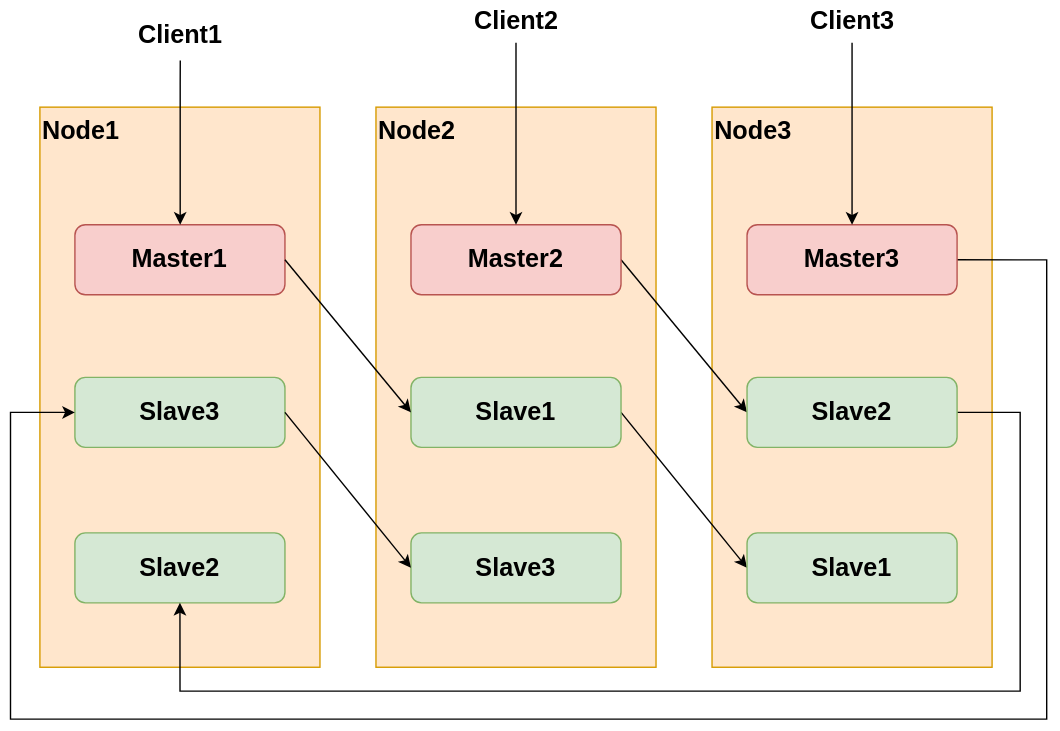
Above: Redis/Redis集群方案/RedisCluster集群结构.drawio.svg in Developer-Tang/notes (draw.io), before the change. Source tidied: cells renumbered, new cells last; positions are measured from the earlier drawing's top-left corner, leaving out a move shared by most shapes. Source of this version:
```xml
<mxGraphModel>
  <root>
    <mxCell id="0" />
    <mxCell id="1" parent="0" />
    <mxCell id="2" value="Node1" style="rounded=0;whiteSpace=wrap;html=1;fillColor=#ffe6cc;strokeColor=#d79b00;fontSize=18;fontStyle=1;verticalAlign=top;spacingBottom=10;align=left;" parent="1" vertex="1">
      <mxGeometry x="21" y="76" width="200" height="400" as="geometry" />
    </mxCell>
    <mxCell id="3" value="Master1" style="rounded=1;whiteSpace=wrap;html=1;fontSize=18;fontStyle=1;fillColor=#f8cecc;strokeColor=#b85450;" parent="1" vertex="1">
      <mxGeometry x="46" y="160" width="150" height="50" as="geometry" />
    </mxCell>
    <mxCell id="4" value="Slave3" style="rounded=1;whiteSpace=wrap;html=1;fontSize=18;fontStyle=1;fillColor=#d5e8d4;strokeColor=#82b366;" parent="1" vertex="1">
      <mxGeometry x="46" y="269" width="150" height="50" as="geometry" />
    </mxCell>
    <mxCell id="5" value="Slave2" style="rounded=1;whiteSpace=wrap;html=1;fontSize=18;fontStyle=1;fillColor=#d5e8d4;strokeColor=#82b366;" parent="1" vertex="1">
      <mxGeometry x="46" y="380" width="150" height="50" as="geometry" />
    </mxCell>
    <mxCell id="6" value="Node2" style="rounded=0;whiteSpace=wrap;html=1;fillColor=#ffe6cc;strokeColor=#d79b00;fontSize=18;fontStyle=1;verticalAlign=top;spacingBottom=10;align=left;" parent="1" vertex="1">
      <mxGeometry x="261" y="76" width="200" height="400" as="geometry" />
    </mxCell>
    <mxCell id="7" value="Node3" style="rounded=0;whiteSpace=wrap;html=1;fillColor=#ffe6cc;strokeColor=#d79b00;fontSize=18;fontStyle=1;verticalAlign=top;spacingBottom=10;align=left;" parent="1" vertex="1">
      <mxGeometry x="501" y="76" width="200" height="400" as="geometry" />
    </mxCell>
    <mxCell id="8" style="edgeStyle=none;rounded=0;jettySize=auto;html=1;exitX=1;exitY=0.5;exitDx=0;exitDy=0;entryX=0;entryY=0.5;entryDx=0;entryDy=0;fontSize=18;" parent="1" edge="1" source="9" target="16">
      <mxGeometry relative="1" as="geometry" />
    </mxCell>
    <mxCell id="9" value="Master2" style="rounded=1;whiteSpace=wrap;html=1;fontSize=18;fontStyle=1;fillColor=#f8cecc;strokeColor=#b85450;" parent="1" vertex="1">
      <mxGeometry x="286" y="160" width="150" height="50" as="geometry" />
    </mxCell>
    <mxCell id="10" style="edgeStyle=none;rounded=0;jettySize=auto;html=1;exitX=1;exitY=0.5;exitDx=0;exitDy=0;entryX=0;entryY=0.5;entryDx=0;entryDy=0;fontSize=18;" parent="1" edge="1" source="11" target="17">
      <mxGeometry relative="1" as="geometry" />
    </mxCell>
    <mxCell id="11" value="Slave1" style="rounded=1;whiteSpace=wrap;html=1;fontSize=18;fontStyle=1;fillColor=#d5e8d4;strokeColor=#82b366;" parent="1" vertex="1">
      <mxGeometry x="286" y="269" width="150" height="50" as="geometry" />
    </mxCell>
    <mxCell id="12" value="Slave3" style="rounded=1;whiteSpace=wrap;html=1;fontSize=18;fontStyle=1;fillColor=#d5e8d4;strokeColor=#82b366;" parent="1" vertex="1">
      <mxGeometry x="286" y="380" width="150" height="50" as="geometry" />
    </mxCell>
    <mxCell id="13" style="edgeStyle=orthogonalEdgeStyle;rounded=0;jettySize=auto;html=1;exitX=1;exitY=0.5;exitDx=0;exitDy=0;fontSize=18;entryX=0;entryY=0.5;entryDx=0;entryDy=0;" parent="1" edge="1" source="14" target="4">
      <mxGeometry relative="1" as="geometry">
        <Array as="points">
          <mxPoint x="740" y="185" />
          <mxPoint x="740" y="513" />
          <mxPoint y="513" />
          <mxPoint y="294" />
        </Array>
      </mxGeometry>
    </mxCell>
    <mxCell id="14" value="Master3" style="rounded=1;whiteSpace=wrap;html=1;fontSize=18;fontStyle=1;fillColor=#f8cecc;strokeColor=#b85450;" parent="1" vertex="1">
      <mxGeometry x="526" y="160" width="150" height="50" as="geometry" />
    </mxCell>
    <mxCell id="15" style="edgeStyle=orthogonalEdgeStyle;rounded=0;jettySize=auto;html=1;exitX=1;exitY=0.5;exitDx=0;exitDy=0;entryX=0.5;entryY=1;entryDx=0;entryDy=0;fontSize=18;" parent="1" edge="1" source="16" target="5">
      <mxGeometry relative="1" as="geometry">
        <Array as="points">
          <mxPoint x="721" y="294" />
          <mxPoint x="721" y="493" />
          <mxPoint x="121" y="493" />
        </Array>
      </mxGeometry>
    </mxCell>
    <mxCell id="16" value="Slave2" style="rounded=1;whiteSpace=wrap;html=1;fontSize=18;fontStyle=1;fillColor=#d5e8d4;strokeColor=#82b366;" parent="1" vertex="1">
      <mxGeometry x="526" y="269" width="150" height="50" as="geometry" />
    </mxCell>
    <mxCell id="17" value="Slave1" style="rounded=1;whiteSpace=wrap;html=1;fontSize=18;fontStyle=1;fillColor=#d5e8d4;strokeColor=#82b366;" parent="1" vertex="1">
      <mxGeometry x="526" y="380" width="150" height="50" as="geometry" />
    </mxCell>
    <mxCell id="18" style="rounded=0;jettySize=auto;html=1;exitX=1;exitY=0.5;exitDx=0;exitDy=0;entryX=0;entryY=0.5;entryDx=0;entryDy=0;fontSize=18;" parent="1" edge="1" source="3" target="11">
      <mxGeometry relative="1" as="geometry" />
    </mxCell>
    <mxCell id="19" style="edgeStyle=none;rounded=0;jettySize=auto;html=1;exitX=1;exitY=0.5;exitDx=0;exitDy=0;entryX=0;entryY=0.5;entryDx=0;entryDy=0;fontSize=18;" parent="1" edge="1" source="4" target="12">
      <mxGeometry relative="1" as="geometry" />
    </mxCell>
    <mxCell id="20" value="Client1" style="text;html=1;align=center;verticalAlign=middle;points=[];strokeColor=none;fillColor=none;fontSize=18;fontStyle=1;" parent="1" vertex="1">
      <mxGeometry x="81" y="10" width="80" height="30" as="geometry" />
    </mxCell>
    <mxCell id="21" style="edgeStyle=orthogonalEdgeStyle;rounded=0;jettySize=auto;html=1;fontSize=18;" parent="1" edge="1" source="22" target="9">
      <mxGeometry relative="1" as="geometry" />
    </mxCell>
    <mxCell id="22" value="Client2" style="text;html=1;align=center;verticalAlign=middle;points=[];strokeColor=none;fillColor=none;fontSize=18;fontStyle=1;" parent="1" vertex="1">
      <mxGeometry x="321" width="80" height="30" as="geometry" />
    </mxCell>
    <mxCell id="23" style="edgeStyle=orthogonalEdgeStyle;rounded=0;jettySize=auto;html=1;fontSize=18;" parent="1" edge="1" source="24" target="14">
      <mxGeometry relative="1" as="geometry" />
    </mxCell>
    <mxCell id="24" value="Client3" style="text;html=1;align=center;verticalAlign=middle;points=[];strokeColor=none;fillColor=none;fontSize=18;fontStyle=1;" parent="1" vertex="1">
      <mxGeometry x="561" width="80" height="30" as="geometry" />
    </mxCell>
    <mxCell id="25" style="edgeStyle=orthogonalEdgeStyle;rounded=0;jettySize=auto;html=1;fontSize=18;exitX=0.503;exitY=1.09;exitDx=0;exitDy=0;exitPerimeter=0;" parent="1" edge="1" source="20" target="3">
      <mxGeometry relative="1" as="geometry">
        <Array as="points">
          <mxPoint x="121" y="60" />
          <mxPoint x="121" y="60" />
        </Array>
      </mxGeometry>
    </mxCell>
  </root>
</mxGraphModel>
```
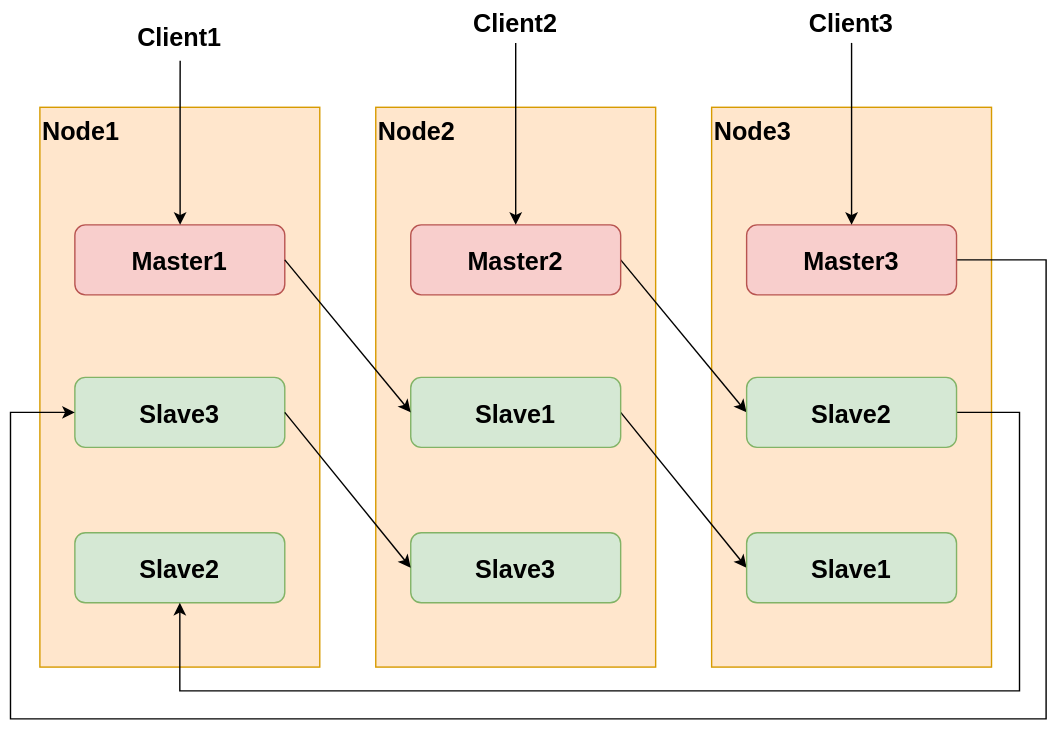
The same file after the commit.

What changed in the source:
```diff
@@ -2,40 +2,40 @@
   <root>
     <mxCell id="0" />
     <mxCell id="1" parent="0" />
-    <mxCell id="2" value="Node1" style="rounded=0;whiteSpace=wrap;html=1;fillColor=#ffe6cc;strokeColor=#d79b00;fontSize=18;fontStyle=1;verticalAlign=top;spacingBottom=10;align=left;" parent="1" vertex="1">
+    <mxCell id="2" value="Node1" style="rounded=0;fillColor=#ffe6cc;strokeColor=#d79b00;fontSize=18;fontStyle=1;verticalAlign=top;spacingBottom=10;align=left;" parent="1" vertex="1">
       <mxGeometry x="21" y="76" width="200" height="400" as="geometry" />
     </mxCell>
-    <mxCell id="3" value="Master1" style="rounded=1;whiteSpace=wrap;html=1;fontSize=18;fontStyle=1;fillColor=#f8cecc;strokeColor=#b85450;" parent="1" vertex="1">
+    <mxCell id="3" value="Master1" style="rounded=1;fontSize=18;fontStyle=1;fillColor=#f8cecc;strokeColor=#b85450;" parent="1" vertex="1">
       <mxGeometry x="46" y="160" width="150" height="50" as="geometry" />
     </mxCell>
-    <mxCell id="4" value="Slave3" style="rounded=1;whiteSpace=wrap;html=1;fontSize=18;fontStyle=1;fillColor=#d5e8d4;strokeColor=#82b366;" parent="1" vertex="1">
+    <mxCell id="4" value="Slave3" style="rounded=1;fontSize=18;fontStyle=1;fillColor=#d5e8d4;strokeColor=#82b366;" parent="1" vertex="1">
       <mxGeometry x="46" y="269" width="150" height="50" as="geometry" />
     </mxCell>
-    <mxCell id="5" value="Slave2" style="rounded=1;whiteSpace=wrap;html=1;fontSize=18;fontStyle=1;fillColor=#d5e8d4;strokeColor=#82b366;" parent="1" vertex="1">
+    <mxCell id="5" value="Slave2" style="rounded=1;fontSize=18;fontStyle=1;fillColor=#d5e8d4;strokeColor=#82b366;" parent="1" vertex="1">
       <mxGeometry x="46" y="380" width="150" height="50" as="geometry" />
     </mxCell>
-    <mxCell id="6" value="Node2" style="rounded=0;whiteSpace=wrap;html=1;fillColor=#ffe6cc;strokeColor=#d79b00;fontSize=18;fontStyle=1;verticalAlign=top;spacingBottom=10;align=left;" parent="1" vertex="1">
+    <mxCell id="6" value="Node2" style="rounded=0;fillColor=#ffe6cc;strokeColor=#d79b00;fontSize=18;fontStyle=1;verticalAlign=top;spacingBottom=10;align=left;" parent="1" vertex="1">
       <mxGeometry x="261" y="76" width="200" height="400" as="geometry" />
     </mxCell>
-    <mxCell id="7" value="Node3" style="rounded=0;whiteSpace=wrap;html=1;fillColor=#ffe6cc;strokeColor=#d79b00;fontSize=18;fontStyle=1;verticalAlign=top;spacingBottom=10;align=left;" parent="1" vertex="1">
+    <mxCell id="7" value="Node3" style="rounded=0;fillColor=#ffe6cc;strokeColor=#d79b00;fontSize=18;fontStyle=1;verticalAlign=top;spacingBottom=10;align=left;" parent="1" vertex="1">
       <mxGeometry x="501" y="76" width="200" height="400" as="geometry" />
     </mxCell>
-    <mxCell id="8" style="edgeStyle=none;rounded=0;jettySize=auto;html=1;exitX=1;exitY=0.5;exitDx=0;exitDy=0;entryX=0;entryY=0.5;entryDx=0;entryDy=0;fontSize=18;" parent="1" edge="1" source="9" target="16">
+    <mxCell id="8" style="edgeStyle=none;rounded=0;jettySize=auto;exitX=1;exitY=0.5;exitDx=0;exitDy=0;entryX=0;entryY=0.5;entryDx=0;entryDy=0;fontSize=18;" parent="1" edge="1" source="9" target="16">
       <mxGeometry relative="1" as="geometry" />
     </mxCell>
-    <mxCell id="9" value="Master2" style="rounded=1;whiteSpace=wrap;html=1;fontSize=18;fontStyle=1;fillColor=#f8cecc;strokeColor=#b85450;" parent="1" vertex="1">
+    <mxCell id="9" value="Master2" style="rounded=1;fontSize=18;fontStyle=1;fillColor=#f8cecc;strokeColor=#b85450;" parent="1" vertex="1">
       <mxGeometry x="286" y="160" width="150" height="50" as="geometry" />
     </mxCell>
-    <mxCell id="10" style="edgeStyle=none;rounded=0;jettySize=auto;html=1;exitX=1;exitY=0.5;exitDx=0;exitDy=0;entryX=0;entryY=0.5;entryDx=0;entryDy=0;fontSize=18;" parent="1" edge="1" source="11" target="17">
+    <mxCell id="10" style="edgeStyle=none;rounded=0;jettySize=auto;exitX=1;exitY=0.5;exitDx=0;exitDy=0;entryX=0;entryY=0.5;entryDx=0;entryDy=0;fontSize=18;" parent="1" edge="1" source="11" target="17">
       <mxGeometry relative="1" as="geometry" />
     </mxCell>
-    <mxCell id="11" value="Slave1" style="rounded=1;whiteSpace=wrap;html=1;fontSize=18;fontStyle=1;fillColor=#d5e8d4;strokeColor=#82b366;" parent="1" vertex="1">
+    <mxCell id="11" value="Slave1" style="rounded=1;fontSize=18;fontStyle=1;fillColor=#d5e8d4;strokeColor=#82b366;" parent="1" vertex="1">
       <mxGeometry x="286" y="269" width="150" height="50" as="geometry" />
     </mxCell>
-    <mxCell id="12" value="Slave3" style="rounded=1;whiteSpace=wrap;html=1;fontSize=18;fontStyle=1;fillColor=#d5e8d4;strokeColor=#82b366;" parent="1" vertex="1">
+    <mxCell id="12" value="Slave3" style="rounded=1;fontSize=18;fontStyle=1;fillColor=#d5e8d4;strokeColor=#82b366;" parent="1" vertex="1">
       <mxGeometry x="286" y="380" width="150" height="50" as="geometry" />
     </mxCell>
-    <mxCell id="13" style="edgeStyle=orthogonalEdgeStyle;rounded=0;jettySize=auto;html=1;exitX=1;exitY=0.5;exitDx=0;exitDy=0;fontSize=18;entryX=0;entryY=0.5;entryDx=0;entryDy=0;" parent="1" edge="1" source="14" target="4">
+    <mxCell id="13" style="edgeStyle=orthogonalEdgeStyle;rounded=0;jettySize=auto;exitX=1;exitY=0.5;exitDx=0;exitDy=0;fontSize=18;entryX=0;entryY=0.5;entryDx=0;entryDy=0;" parent="1" edge="1" source="14" target="4">
       <mxGeometry relative="1" as="geometry">
         <Array as="points">
           <mxPoint x="740" y="185" />
@@ -45,10 +45,10 @@
         </Array>
       </mxGeometry>
     </mxCell>
-    <mxCell id="14" value="Master3" style="rounded=1;whiteSpace=wrap;html=1;fontSize=18;fontStyle=1;fillColor=#f8cecc;strokeColor=#b85450;" parent="1" vertex="1">
+    <mxCell id="14" value="Master3" style="rounded=1;fontSize=18;fontStyle=1;fillColor=#f8cecc;strokeColor=#b85450;" parent="1" vertex="1">
       <mxGeometry x="526" y="160" width="150" height="50" as="geometry" />
     </mxCell>
-    <mxCell id="15" style="edgeStyle=orthogonalEdgeStyle;rounded=0;jettySize=auto;html=1;exitX=1;exitY=0.5;exitDx=0;exitDy=0;entryX=0.5;entryY=1;entryDx=0;entryDy=0;fontSize=18;" parent="1" edge="1" source="16" target="5">
+    <mxCell id="15" style="edgeStyle=orthogonalEdgeStyle;rounded=0;jettySize=auto;exitX=1;exitY=0.5;exitDx=0;exitDy=0;entryX=0.5;entryY=1;entryDx=0;entryDy=0;fontSize=18;" parent="1" edge="1" source="16" target="5">
       <mxGeometry relative="1" as="geometry">
         <Array as="points">
           <mxPoint x="721" y="294" />
@@ -57,34 +57,34 @@
         </Array>
       </mxGeometry>
     </mxCell>
-    <mxCell id="16" value="Slave2" style="rounded=1;whiteSpace=wrap;html=1;fontSize=18;fontStyle=1;fillColor=#d5e8d4;strokeColor=#82b366;" parent="1" vertex="1">
+    <mxCell id="16" value="Slave2" style="rounded=1;fontSize=18;fontStyle=1;fillColor=#d5e8d4;strokeColor=#82b366;" parent="1" vertex="1">
       <mxGeometry x="526" y="269" width="150" height="50" as="geometry" />
     </mxCell>
-    <mxCell id="17" value="Slave1" style="rounded=1;whiteSpace=wrap;html=1;fontSize=18;fontStyle=1;fillColor=#d5e8d4;strokeColor=#82b366;" parent="1" vertex="1">
+    <mxCell id="17" value="Slave1" style="rounded=1;fontSize=18;fontStyle=1;fillColor=#d5e8d4;strokeColor=#82b366;" parent="1" vertex="1">
       <mxGeometry x="526" y="380" width="150" height="50" as="geometry" />
     </mxCell>
-    <mxCell id="18" style="rounded=0;jettySize=auto;html=1;exitX=1;exitY=0.5;exitDx=0;exitDy=0;entryX=0;entryY=0.5;entryDx=0;entryDy=0;fontSize=18;" parent="1" edge="1" source="3" target="11">
+    <mxCell id="18" style="rounded=0;jettySize=auto;exitX=1;exitY=0.5;exitDx=0;exitDy=0;entryX=0;entryY=0.5;entryDx=0;entryDy=0;fontSize=18;" parent="1" edge="1" source="3" target="11">
       <mxGeometry relative="1" as="geometry" />
     </mxCell>
-    <mxCell id="19" style="edgeStyle=none;rounded=0;jettySize=auto;html=1;exitX=1;exitY=0.5;exitDx=0;exitDy=0;entryX=0;entryY=0.5;entryDx=0;entryDy=0;fontSize=18;" parent="1" edge="1" source="4" target="12">
+    <mxCell id="19" style="edgeStyle=none;rounded=0;jettySize=auto;exitX=1;exitY=0.5;exitDx=0;exitDy=0;entryX=0;entryY=0.5;entryDx=0;entryDy=0;fontSize=18;" parent="1" edge="1" source="4" target="12">
       <mxGeometry relative="1" as="geometry" />
     </mxCell>
-    <mxCell id="20" value="Client1" style="text;html=1;align=center;verticalAlign=middle;points=[];strokeColor=none;fillColor=none;fontSize=18;fontStyle=1;" parent="1" vertex="1">
+    <mxCell id="20" value="Client1" style="text;align=center;verticalAlign=middle;points=[];strokeColor=none;fillColor=none;fontSize=18;fontStyle=1;" parent="1" vertex="1">
       <mxGeometry x="81" y="10" width="80" height="30" as="geometry" />
     </mxCell>
-    <mxCell id="21" style="edgeStyle=orthogonalEdgeStyle;rounded=0;jettySize=auto;html=1;fontSize=18;" parent="1" edge="1" source="22" target="9">
+    <mxCell id="21" style="edgeStyle=orthogonalEdgeStyle;rounded=0;jettySize=auto;fontSize=18;" parent="1" edge="1" source="22" target="9">
       <mxGeometry relative="1" as="geometry" />
     </mxCell>
-    <mxCell id="22" value="Client2" style="text;html=1;align=center;verticalAlign=middle;points=[];strokeColor=none;fillColor=none;fontSize=18;fontStyle=1;" parent="1" vertex="1">
+    <mxCell id="22" value="Client2" style="text;align=center;verticalAlign=middle;points=[];strokeColor=none;fillColor=none;fontSize=18;fontStyle=1;" parent="1" vertex="1">
       <mxGeometry x="321" width="80" height="30" as="geometry" />
     </mxCell>
-    <mxCell id="23" style="edgeStyle=orthogonalEdgeStyle;rounded=0;jettySize=auto;html=1;fontSize=18;" parent="1" edge="1" source="24" target="14">
+    <mxCell id="23" style="edgeStyle=orthogonalEdgeStyle;rounded=0;jettySize=auto;fontSize=18;" parent="1" edge="1" source="24" target="14">
       <mxGeometry relative="1" as="geometry" />
     </mxCell>
-    <mxCell id="24" value="Client3" style="text;html=1;align=center;verticalAlign=middle;points=[];strokeColor=none;fillColor=none;fontSize=18;fontStyle=1;" parent="1" vertex="1">
+    <mxCell id="24" value="Client3" style="text;align=center;verticalAlign=middle;points=[];strokeColor=none;fillColor=none;fontSize=18;fontStyle=1;" parent="1" vertex="1">
       <mxGeometry x="561" width="80" height="30" as="geometry" />
     </mxCell>
-    <mxCell id="25" style="edgeStyle=orthogonalEdgeStyle;rounded=0;jettySize=auto;html=1;fontSize=18;exitX=0.503;exitY=1.09;exitDx=0;exitDy=0;exitPerimeter=0;" parent="1" edge="1" source="20" target="3">
+    <mxCell id="25" style="edgeStyle=orthogonalEdgeStyle;rounded=0;jettySize=auto;fontSize=18;exitX=0.503;exitY=1.09;exitDx=0;exitDy=0;exitPerimeter=0;" parent="1" edge="1" source="20" target="3">
       <mxGeometry relative="1" as="geometry">
         <Array as="points">
           <mxPoint x="121" y="60" />
```
